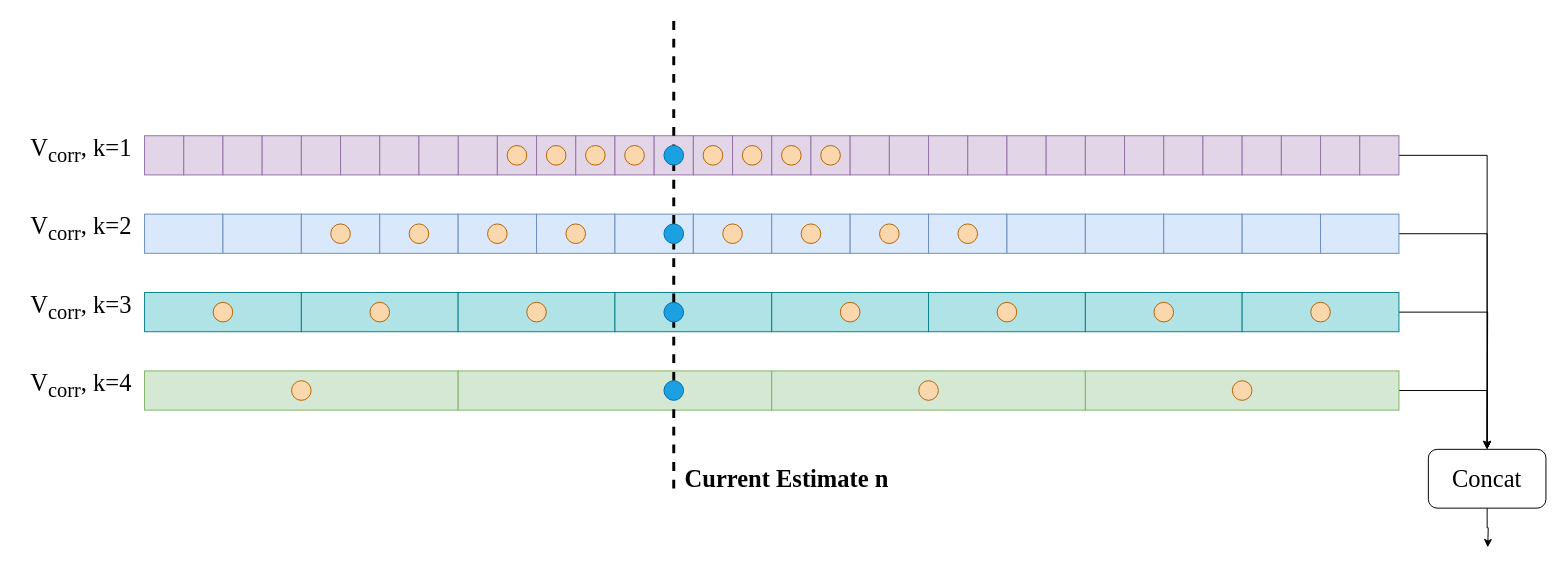
Above: lookup.drawio in wangpinzhi/wangpinzhi.github.io (draw.io), before the change. Source tidied: cells renumbered, new cells numbered last; positions are measured from the earlier drawing's top-left corner, leaving out a move shared by most shapes. Both pictures are drawn from the tidied source at 98%, with x=0, y=0 at pixel (17, 18).
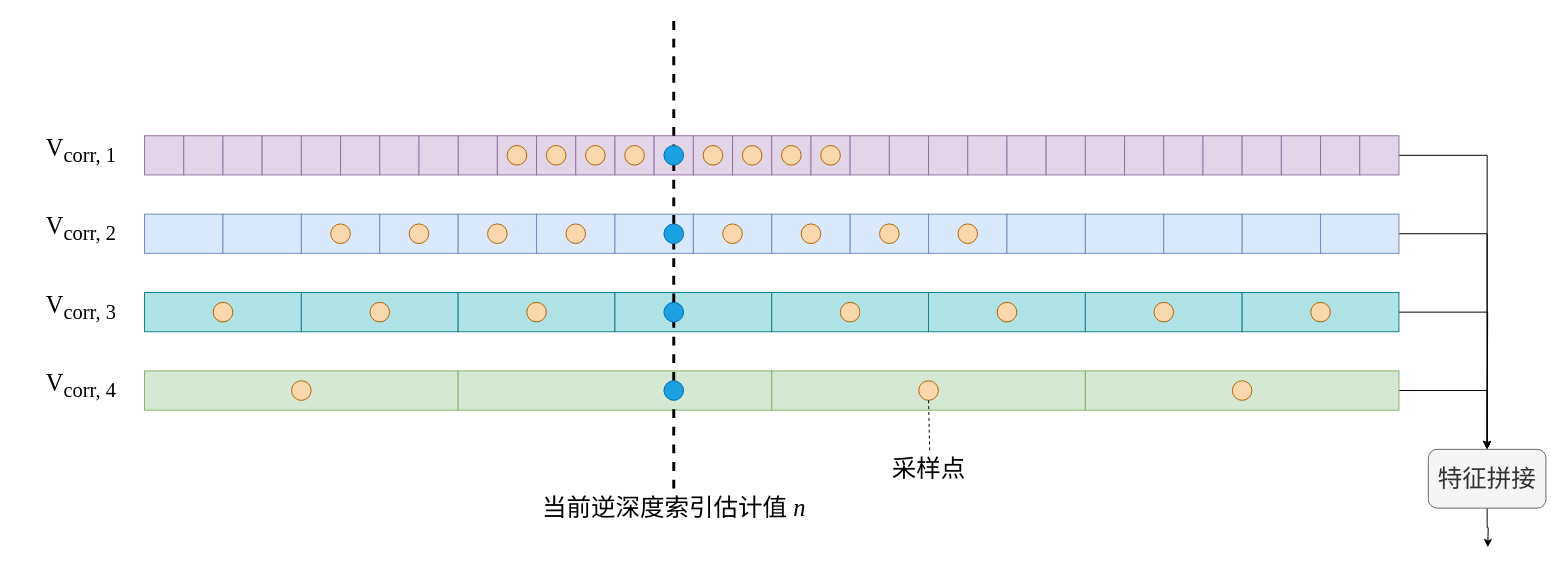
The same page after the edit.

The change refers to these unchanged cells:
```xml
<mxCell id="103" style="ellipse;whiteSpace=wrap;html=1;fillColor=#fad7ac;strokeColor=#b46504;" parent="1" vertex="1">
  <mxGeometry x="920" y="370" width="20" height="20" as="geometry" />
</mxCell>
```

Change to the diagram source:
```diff
@@
-    <mxCell id="87" value="V&lt;sub&gt;corr&lt;/sub&gt;, k=1" style="text;html=1;align=center;verticalAlign=middle;strokeColor=none;fillColor=none;fontFamily=Times New Roman;fontSize=25;" parent="1" vertex="1">
-      <mxGeometry y="110" width="130" height="50" as="geometry" />
+    <mxCell id="87" value="V&lt;sub&gt;corr, 1&lt;/sub&gt;" style="text;html=1;align=center;verticalAlign=middle;strokeColor=none;fillColor=none;fontFamily=Times New Roman;fontSize=25;" parent="1" vertex="1">
+      <mxGeometry x="15" y="110" width="100" height="50" as="geometry" />
     </mxCell>
-    <mxCell id="88" value="V&lt;sub&gt;corr&lt;/sub&gt;, k=2" style="text;html=1;align=center;verticalAlign=middle;strokeColor=none;fillColor=none;fontFamily=Times New Roman;fontSize=25;" parent="1" vertex="1">
-      <mxGeometry y="190" width="130" height="50" as="geometry" />
+    <mxCell id="88" value="V&lt;sub&gt;corr, 2&lt;/sub&gt;" style="text;html=1;align=center;verticalAlign=middle;strokeColor=none;fillColor=none;fontFamily=Times New Roman;fontSize=25;" parent="1" vertex="1">
+      <mxGeometry x="15" y="190" width="100" height="50" as="geometry" />
     </mxCell>
-    <mxCell id="89" value="V&lt;sub&gt;corr&lt;/sub&gt;, k=3" style="text;html=1;align=center;verticalAlign=middle;strokeColor=none;fillColor=none;fontFamily=Times New Roman;fontSize=25;" parent="1" vertex="1">
-      <mxGeometry y="270" width="130" height="50" as="geometry" />
+    <mxCell id="89" value="V&lt;sub&gt;corr, 3&lt;/sub&gt;" style="text;html=1;align=center;verticalAlign=middle;strokeColor=none;fillColor=none;fontFamily=Times New Roman;fontSize=25;" parent="1" vertex="1">
+      <mxGeometry x="15" y="270" width="100" height="50" as="geometry" />
     </mxCell>
-    <mxCell id="90" value="V&lt;sub&gt;corr&lt;/sub&gt;, k=4" style="text;html=1;align=center;verticalAlign=middle;strokeColor=none;fillColor=none;fontFamily=Times New Roman;fontSize=25;" parent="1" vertex="1">
-      <mxGeometry y="350" width="130" height="50" as="geometry" />
+    <mxCell id="90" value="V&lt;sub&gt;corr, 4&lt;/sub&gt;" style="text;html=1;align=center;verticalAlign=middle;strokeColor=none;fillColor=none;fontFamily=Times New Roman;fontSize=25;" parent="1" vertex="1">
+      <mxGeometry x="15" y="350" width="100" height="50" as="geometry" />
     </mxCell>
@@
-    <mxCell id="105" value="Concat" style="rounded=1;whiteSpace=wrap;html=1;fontFamily=Times New Roman;fontSize=25;" parent="1" vertex="1">
+    <mxCell id="105" value="特征拼接" style="rounded=1;whiteSpace=wrap;html=1;fontFamily=Times New Roman;fontSize=25;fillColor=#f5f5f5;fontColor=#333333;strokeColor=#666666;" parent="1" vertex="1">
       <mxGeometry x="1440" y="440" width="120" height="60" as="geometry" />
     </mxCell>
-    <mxCell id="106" value="Current Estimate n" style="text;html=1;align=center;verticalAlign=middle;strokeColor=none;fillColor=none;fontFamily=Times New Roman;fontSize=25;fontStyle=1;" parent="1" vertex="1">
-      <mxGeometry x="680" y="450" width="210" height="40" as="geometry" />
+    <mxCell id="106" value="当前逆深度索引估计值 &lt;i&gt;n&lt;/i&gt;" style="text;html=1;align=center;verticalAlign=middle;strokeColor=none;fillColor=none;fontFamily=Times New Roman;fontSize=25;fontStyle=0;" parent="1" vertex="1">
+      <mxGeometry x="525" y="480" width="290" height="40" as="geometry" />
     </mxCell>
+    <mxCell id="107" value="采样点" style="text;html=1;align=center;verticalAlign=middle;points=[];strokeColor=none;fillColor=none;fontSize=25;fontFamily=Times New Roman;" parent="1" vertex="1">
+      <mxGeometry x="880" y="440" width="100" height="40" as="geometry" />
+    </mxCell>
+    <mxCell id="108" style="rounded=0;jettySize=auto;html=1;exitX=0.5;exitY=1;exitDx=0;exitDy=0;entryX=0.512;entryY=0.079;entryDx=0;entryDy=0;entryPerimeter=0;endArrow=none;startFill=0;dashed=1;" parent="1" edge="1" source="103" target="107">
+      <mxGeometry relative="1" as="geometry" />
+    </mxCell>
```
